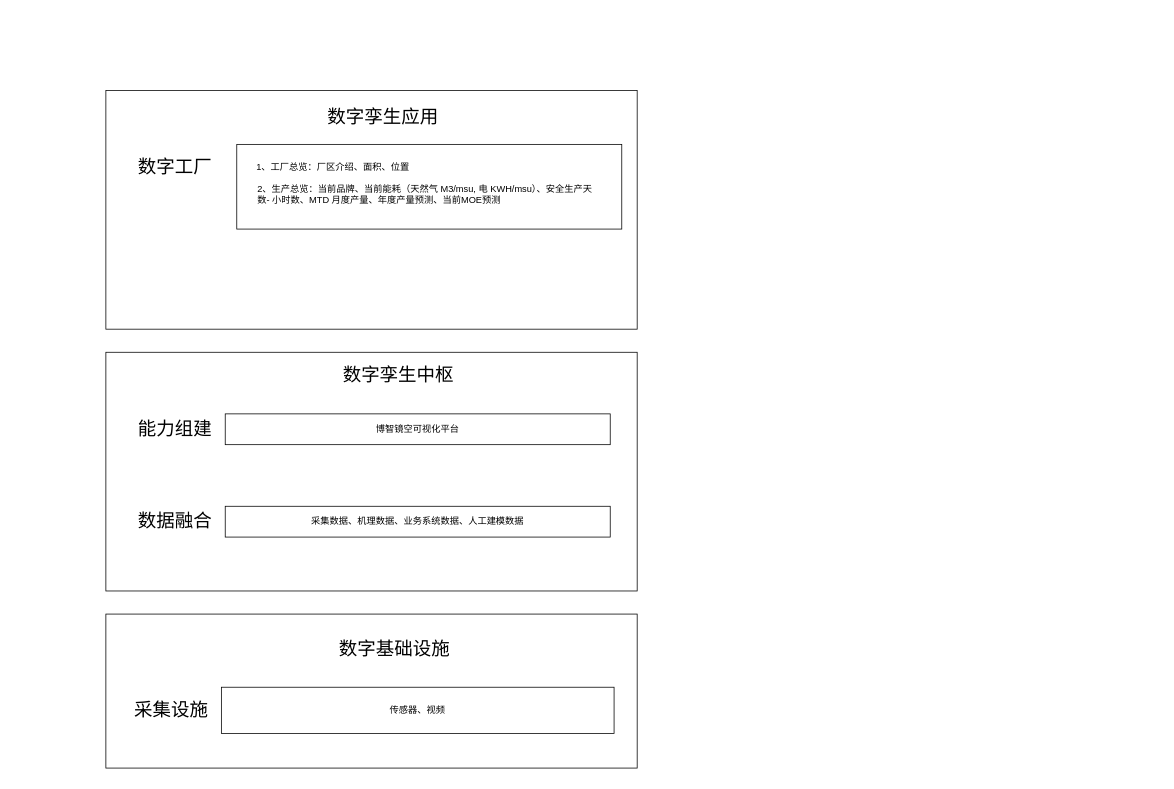
QingLianDuo/begraph keeps this draw.io diagram as 宝洁数字孪生架构.drawio. Above is the earlier version. Source tidied: cells renumbered, new cells numbered last; positions are measured from the earlier drawing's top-left corner, leaving out a move shared by most shapes. Both pictures are drawn from the tidied source at 77%, with x=0, y=0 at pixel (105, 90).
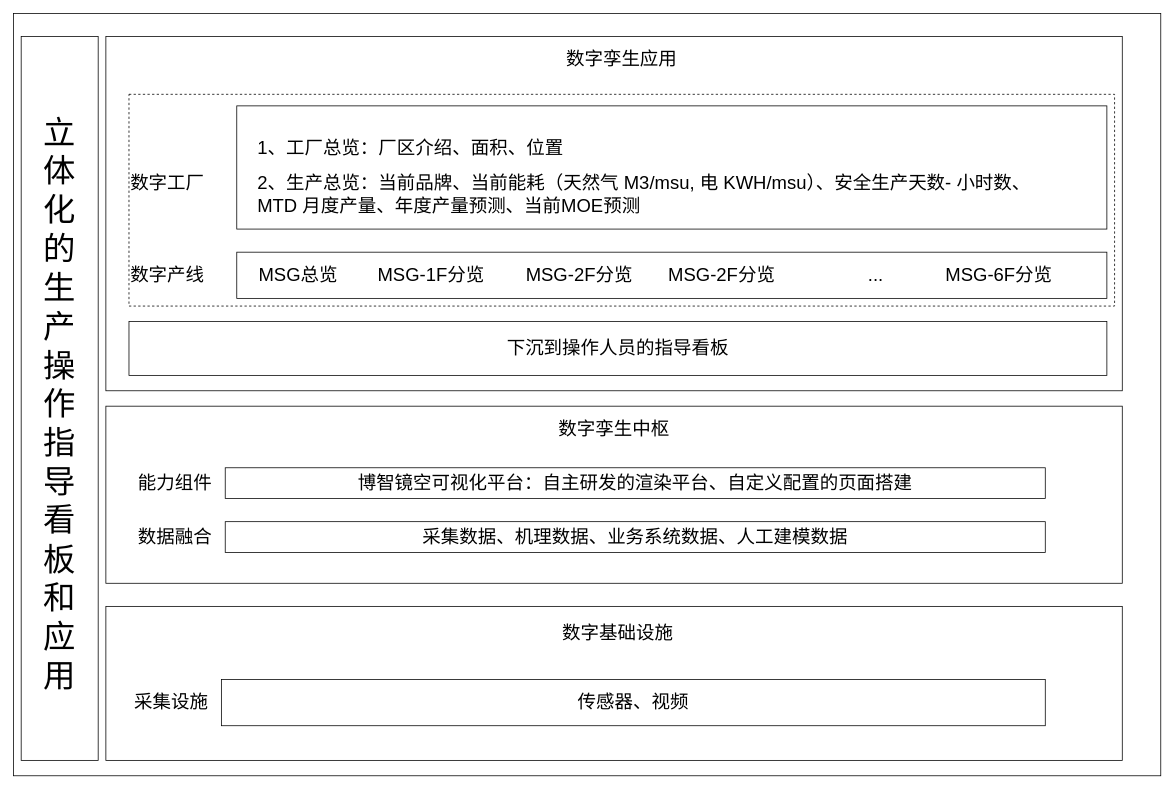
After the change.

Commit message (it also covers changes not shown here):
更新宝洁数字孪生架构.drawio

Change to the diagram source:
```diff
@@
+    <mxCell id="18" style="rounded=0;whiteSpace=wrap;html=1;fillColor=none;" parent="1" vertex="1">
+      <mxGeometry x="-120" y="-100" width="1490" height="990" as="geometry" />
+    </mxCell>
     <mxCell id="2" style="rounded=0;whiteSpace=wrap;html=1;" parent="1" vertex="1">
-      <mxGeometry y="680" width="690" height="200" as="geometry" />
+      <mxGeometry y="670" width="1320" height="200" as="geometry" />
     </mxCell>
     <mxCell id="3" value="数字基础设施" style="text;html=1;align=center;verticalAlign=middle;whiteSpace=wrap;rounded=0;fontSize=24;" parent="1" vertex="1">
-      <mxGeometry x="290" y="680" width="170" height="90" as="geometry" />
+      <mxGeometry x="580" y="660" width="170" height="90" as="geometry" />
     </mxCell>
     <mxCell id="4" style="rounded=0;whiteSpace=wrap;html=1;" parent="1" vertex="1">
-      <mxGeometry y="340" width="690" height="310" as="geometry" />
+      <mxGeometry y="410" width="1320" height="230" as="geometry" />
     </mxCell>
     <mxCell id="5" value="数字孪生中枢" style="text;html=1;align=center;verticalAlign=middle;whiteSpace=wrap;rounded=0;fontSize=24;" parent="1" vertex="1">
-      <mxGeometry x="290" y="350" width="180" height="40" as="geometry" />
+      <mxGeometry x="570" y="420" width="180" height="40" as="geometry" />
     </mxCell>
     <mxCell id="6" style="rounded=0;whiteSpace=wrap;html=1;" parent="1" vertex="1">
-      <mxGeometry width="690" height="310" as="geometry" />
+      <mxGeometry y="-70" width="1320" height="460" as="geometry" />
     </mxCell>
@@
     <mxCell id="8" value="采集设施" style="text;html=1;align=center;verticalAlign=middle;whiteSpace=wrap;rounded=0;fontSize=24;" parent="1" vertex="1">
-      <mxGeometry y="760" width="170" height="90" as="geometry" />
+      <mxGeometry y="750" width="170" height="90" as="geometry" />
     </mxCell>
-    <mxCell id="9" value="传感器、视频" style="rounded=0;whiteSpace=wrap;html=1;" parent="1" vertex="1">
-      <mxGeometry x="150" y="775" width="510" height="60" as="geometry" />
+    <mxCell id="9" value="传感器、视频" style="rounded=0;whiteSpace=wrap;html=1;fontSize=24;" parent="1" vertex="1">
+      <mxGeometry x="150" y="765" width="1070" height="60" as="geometry" />
     </mxCell>
     <mxCell id="10" value="数据融合" style="text;html=1;align=center;verticalAlign=middle;whiteSpace=wrap;rounded=0;fontSize=24;" parent="1" vertex="1">
-      <mxGeometry y="540" width="180" height="40" as="geometry" />
+      <mxGeometry y="560" width="180" height="40" as="geometry" />
     </mxCell>
-    <mxCell id="11" value="采集数据、机理数据、业务系统数据、人工建模数据" style="rounded=0;whiteSpace=wrap;html=1;" parent="1" vertex="1">
-      <mxGeometry x="155" y="540" width="500" height="40" as="geometry" />
+    <mxCell id="11" value="采集数据、机理数据、业务系统数据、人工建模数据" style="rounded=0;whiteSpace=wrap;html=1;fontSize=24;" parent="1" vertex="1">
+      <mxGeometry x="155" y="560" width="1065" height="40" as="geometry" />
     </mxCell>
-    <mxCell id="12" value="能力组建" style="text;html=1;align=center;verticalAlign=middle;whiteSpace=wrap;rounded=0;fontSize=24;" parent="1" vertex="1">
-      <mxGeometry y="420" width="180" height="40" as="geometry" />
+    <mxCell id="12" value="能力组件" style="text;html=1;align=center;verticalAlign=middle;whiteSpace=wrap;rounded=0;fontSize=24;" parent="1" vertex="1">
+      <mxGeometry y="490" width="180" height="40" as="geometry" />
     </mxCell>
-    <mxCell id="13" value="博智镜空可视化平台" style="rounded=0;whiteSpace=wrap;html=1;" parent="1" vertex="1">
-      <mxGeometry x="155" y="420" width="500" height="40" as="geometry" />
+    <mxCell id="13" value="博智镜空可视化平台：自主研发的渲染平台、自定义配置的页面搭建" style="rounded=0;whiteSpace=wrap;html=1;fontSize=24;" parent="1" vertex="1">
+      <mxGeometry x="155" y="490" width="1065" height="40" as="geometry" />
     </mxCell>
     <mxCell id="14" style="rounded=0;whiteSpace=wrap;html=1;" parent="1" vertex="1">
-      <mxGeometry x="170" y="70" width="500" height="110" as="geometry" />
+      <mxGeometry x="170" y="20" width="1130" height="160" as="geometry" />
     </mxCell>
     <mxCell id="15" value="数字工厂" style="text;html=1;align=center;verticalAlign=middle;whiteSpace=wrap;rounded=0;fontSize=24;" parent="1" vertex="1">
-      <mxGeometry y="80" width="180" height="40" as="geometry" />
+      <mxGeometry y="100" width="160" height="40" as="geometry" />
     </mxCell>
-    <mxCell id="16" value="1、工厂总览：厂区介绍、面积、位置" style="text;html=1;align=center;verticalAlign=middle;whiteSpace=wrap;rounded=0;" parent="1" vertex="1">
-      <mxGeometry x="190" y="85" width="210" height="30" as="geometry" />
+    <mxCell id="16" value="1、工厂总览：厂区介绍、面积、位置" style="text;html=1;align=left;verticalAlign=middle;whiteSpace=wrap;rounded=0;fontSize=24;" parent="1" vertex="1">
+      <mxGeometry x="195" y="60" width="860" height="30" as="geometry" />
     </mxCell>
-    <mxCell id="17" value="2、生产总览：&lt;span style=&quot;background-color: initial;&quot;&gt;当前品牌、&lt;/span&gt;&lt;span style=&quot;background-color: initial;&quot;&gt;当前能耗（天然气 M3/msu, 电 KWH/msu）、&lt;/span&gt;&lt;span style=&quot;background-color: initial;&quot;&gt;安全生产天数- 小时数、&lt;/span&gt;MTD 月度产量、年度产量预测、当前MOE预测" style="text;html=1;align=left;verticalAlign=middle;whiteSpace=wrap;rounded=0;" parent="1" vertex="1">
-      <mxGeometry x="195" y="110" width="450" height="50" as="geometry" />
+    <mxCell id="17" value="2、生产总览：&lt;span style=&quot;background-color: initial; font-size: 24px;&quot;&gt;当前品牌、&lt;/span&gt;&lt;span style=&quot;background-color: initial; font-size: 24px;&quot;&gt;当前能耗（天然气 M3/msu, 电 KWH/msu）、&lt;/span&gt;&lt;span style=&quot;background-color: initial; font-size: 24px;&quot;&gt;安全生产天数- 小时数、&lt;/span&gt;MTD 月度产量、年度产量预测、当前MOE预测" style="text;html=1;align=left;verticalAlign=middle;whiteSpace=wrap;rounded=0;fontSize=24;" parent="1" vertex="1">
+      <mxGeometry x="195" y="110" width="1045" height="50" as="geometry" />
     </mxCell>
+    <mxCell id="19" value="数字产线" style="text;html=1;align=center;verticalAlign=middle;whiteSpace=wrap;rounded=0;fontSize=24;" parent="1" vertex="1">
+      <mxGeometry y="220" width="160" height="40" as="geometry" />
+    </mxCell>
+    <mxCell id="20" style="rounded=0;whiteSpace=wrap;html=1;" parent="1" vertex="1">
+      <mxGeometry x="170" y="210" width="1130" height="60" as="geometry" />
+    </mxCell>
+    <mxCell id="21" value="MSG总览" style="text;html=1;align=center;verticalAlign=middle;whiteSpace=wrap;rounded=0;fontSize=24;" parent="1" vertex="1">
+      <mxGeometry x="180" y="225" width="140" height="30" as="geometry" />
+    </mxCell>
+    <mxCell id="22" value="MSG-1F分览" style="text;html=1;align=center;verticalAlign=middle;whiteSpace=wrap;rounded=0;fontSize=24;" parent="1" vertex="1">
+      <mxGeometry x="335" y="225" width="175" height="30" as="geometry" />
+    </mxCell>
+    <mxCell id="23" value="MSG-2F分览" style="text;html=1;align=center;verticalAlign=middle;whiteSpace=wrap;rounded=0;fontSize=24;" parent="1" vertex="1">
+      <mxGeometry x="510" y="225" width="210" height="30" as="geometry" />
+    </mxCell>
+    <mxCell id="24" value="MSG-2F分览" style="text;html=1;align=center;verticalAlign=middle;whiteSpace=wrap;rounded=0;fontSize=24;" parent="1" vertex="1">
+      <mxGeometry x="700" y="225" width="200" height="30" as="geometry" />
+    </mxCell>
+    <mxCell id="25" value="MSG-6F分览" style="text;html=1;align=center;verticalAlign=middle;whiteSpace=wrap;rounded=0;fontSize=24;" parent="1" vertex="1">
+      <mxGeometry x="1070" y="225" width="180" height="30" as="geometry" />
+    </mxCell>
+    <mxCell id="26" value="..." style="text;html=1;align=center;verticalAlign=middle;whiteSpace=wrap;rounded=0;fontSize=24;" parent="1" vertex="1">
+      <mxGeometry x="950" y="225" width="100" height="30" as="geometry" />
+    </mxCell>
+    <mxCell id="27" style="rounded=0;whiteSpace=wrap;html=1;fillColor=none;dashed=1;" parent="1" vertex="1">
+      <mxGeometry x="30" y="5" width="1280" height="275" as="geometry" />
+    </mxCell>
+    <mxCell id="28" value="下沉到操作人员的指导看板" style="rounded=0;whiteSpace=wrap;html=1;fontSize=24;" parent="1" vertex="1">
+      <mxGeometry x="30" y="300" width="1270" height="70" as="geometry" />
+    </mxCell>
+    <mxCell id="29" style="rounded=0;whiteSpace=wrap;html=1;" parent="1" vertex="1">
+      <mxGeometry x="-110" y="-70" width="100" height="940" as="geometry" />
+    </mxCell>
+    <mxCell id="30" value="立体化的生产操作指导看板和应用" style="text;html=1;align=center;verticalAlign=middle;whiteSpace=wrap;rounded=0;fontSize=42;" parent="1" vertex="1">
+      <mxGeometry x="-100" y="10" width="80" height="795" as="geometry" />
+    </mxCell>
+    <mxCell id="31" value="数字孪生应用" style="text;html=1;align=center;verticalAlign=middle;whiteSpace=wrap;rounded=0;fontSize=24;" parent="1" vertex="1">
+      <mxGeometry x="580" y="-60" width="180" height="40" as="geometry" />
+    </mxCell>
```
